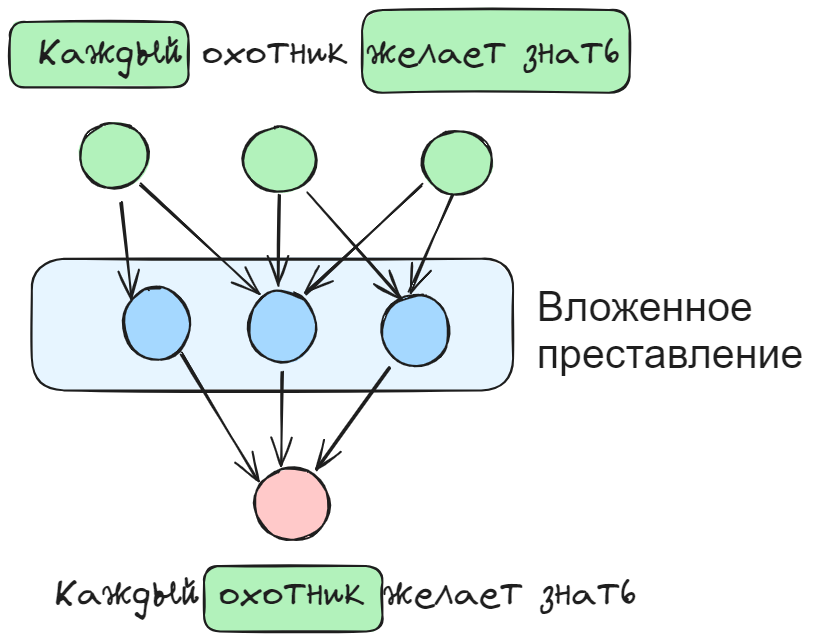
Above: diplom/assets/ml/nlp/word2vec.excalidraw.png in NMashalov/EducationGenerativeModelApplication (Excalidraw), before the change. Source tidied: one line per element, renumbered; positions are measured from the earlier drawing's top-left corner, leaving out a move shared by most shapes. Source of this version:
```json
{"id": 0, "type": "rectangle", "strokeColor": "#1e1e1e", "backgroundColor": "#e7f5ff", "fillStyle": "solid", "strokeWidth": 2, "roughness": 1, "round": true, "x": 22, "y": 249, "width": 481, "height": 132}
{"id": 1, "type": "ellipse", "strokeColor": "#1e1e1e", "backgroundColor": "#ffc9c9", "fillStyle": "solid", "strokeWidth": 2, "roughness": 1, "round": true, "x": 245, "y": 458, "width": 75, "height": 72}
{"id": 2, "type": "ellipse", "strokeColor": "#1e1e1e", "backgroundColor": "#b2f2bb", "fillStyle": "solid", "strokeWidth": 2, "roughness": 1, "round": true, "x": 69, "y": 113, "width": 69, "height": 65}
{"id": 3, "type": "ellipse", "strokeColor": "#1e1e1e", "backgroundColor": "#b2f2bb", "fillStyle": "solid", "strokeWidth": 2, "roughness": 1, "round": true, "x": 412, "y": 121, "width": 70, "height": 63}
{"id": 4, "type": "rectangle", "strokeColor": "#1e1e1e", "backgroundColor": "#b2f2bb", "fillStyle": "solid", "strokeWidth": 2, "roughness": 1, "round": true, "x": 0, "y": 12, "width": 178, "height": 65}
{"id": 5, "type": "rectangle", "strokeColor": "#1e1e1e", "backgroundColor": "#b2f2bb", "fillStyle": "solid", "strokeWidth": 2, "roughness": 1, "round": true, "x": 352, "y": 0, "width": 268, "height": 83}
{"id": 6, "type": "text", "text": "Каждый охотник желает знать ", "strokeColor": "#1e1e1e", "backgroundColor": "#ffc9c9", "fillStyle": "solid", "strokeWidth": 2, "roughness": 1, "fontSize": 37.57, "fontFamily": 1, "x": 27, "y": 20, "width": 603, "height": 47}
{"id": 7, "type": "ellipse", "strokeColor": "#1e1e1e", "backgroundColor": "#b2f2bb", "fillStyle": "solid", "strokeWidth": 2, "roughness": 1, "round": true, "x": 233, "y": 117, "width": 73, "height": 65}
{"id": 8, "type": "arrow", "strokeColor": "#1e1e1e", "backgroundColor": "#b2f2bb", "fillStyle": "solid", "strokeWidth": 2, "roughness": 1, "endArrowhead": "arrow", "round": true, "from": 2, "x": 112, "y": 193, "width": 10, "height": 96, "points": [[0, 0], [10, 96]]}
{"id": 9, "type": "ellipse", "strokeColor": "#1e1e1e", "backgroundColor": "#a5d8ff", "fillStyle": "solid", "strokeWidth": 2, "roughness": 1, "round": true, "x": 113, "y": 278, "width": 67, "height": 72}
{"id": 10, "type": "ellipse", "strokeColor": "#1e1e1e", "backgroundColor": "#a5d8ff", "fillStyle": "solid", "strokeWidth": 2, "roughness": 1, "round": true, "x": 239, "y": 281, "width": 67, "height": 72}
{"id": 11, "type": "ellipse", "strokeColor": "#1e1e1e", "backgroundColor": "#a5d8ff", "fillStyle": "solid", "strokeWidth": 2, "roughness": 1, "round": true, "x": 372, "y": 285, "width": 67, "height": 72}
{"id": 12, "type": "arrow", "strokeColor": "#1e1e1e", "backgroundColor": "#b2f2bb", "fillStyle": "solid", "strokeWidth": 2, "roughness": 1, "endArrowhead": "arrow", "round": true, "from": 7, "to": 10, "x": 269, "y": 184, "width": 2, "height": 91, "points": [[0, 0], [-2, 91]]}
{"id": 13, "type": "arrow", "strokeColor": "#1e1e1e", "backgroundColor": "#b2f2bb", "fillStyle": "solid", "strokeWidth": 2, "roughness": 1, "endArrowhead": "arrow", "round": true, "from": 3, "to": 11, "x": 442, "y": 185, "width": 43, "height": 97, "points": [[0, 0], [-43, 97]]}
{"id": 14, "type": "arrow", "strokeColor": "#1e1e1e", "backgroundColor": "#b2f2bb", "fillStyle": "solid", "strokeWidth": 2, "roughness": 1, "endArrowhead": "arrow", "round": true, "from": 7, "to": 11, "x": 298, "y": 183, "width": 92, "height": 103, "points": [[0, 0], [92, 103]]}
{"id": 15, "type": "arrow", "strokeColor": "#1e1e1e", "backgroundColor": "#b2f2bb", "fillStyle": "solid", "strokeWidth": 2, "roughness": 1, "endArrowhead": "arrow", "round": true, "from": 2, "to": 10, "x": 130, "y": 174, "width": 118, "height": 109, "points": [[0, 0], [118, 109]]}
{"id": 16, "type": "arrow", "strokeColor": "#1e1e1e", "backgroundColor": "#b2f2bb", "fillStyle": "solid", "strokeWidth": 2, "roughness": 1, "endArrowhead": "arrow", "round": true, "from": 9, "to": 1, "x": 171, "y": 343, "width": 76, "height": 127, "points": [[0, 0], [76, 127]]}
{"id": 17, "type": "arrow", "strokeColor": "#1e1e1e", "backgroundColor": "#b2f2bb", "fillStyle": "solid", "strokeWidth": 2, "roughness": 1, "endArrowhead": "arrow", "round": true, "from": 10, "to": 1, "x": 272, "y": 361, "width": 1, "height": 94, "points": [[0, 0], [-1, 94]]}
{"id": 18, "type": "rectangle", "strokeColor": "#1e1e1e", "backgroundColor": "#b2f2bb", "fillStyle": "solid", "strokeWidth": 2, "roughness": 1, "round": true, "x": 194, "y": 556, "width": 178, "height": 65}
{"id": 19, "type": "text", "text": "Каждый охотник желает знать ", "strokeColor": "#1e1e1e", "backgroundColor": "#ffc9c9", "fillStyle": "solid", "strokeWidth": 2, "roughness": 1, "fontSize": 37.57, "fontFamily": 1, "x": 44, "y": 561, "width": 603, "height": 47}
{"id": 20, "type": "arrow", "strokeColor": "#1e1e1e", "backgroundColor": "#b2f2bb", "fillStyle": "solid", "strokeWidth": 2, "roughness": 1, "endArrowhead": "arrow", "round": true, "from": 11, "to": 1, "x": 379, "y": 358, "width": 73, "height": 101, "points": [[0, 0], [-73, 101]]}
{"id": 21, "type": "arrow", "strokeColor": "#1e1e1e", "backgroundColor": "#b2f2bb", "fillStyle": "solid", "strokeWidth": 2, "roughness": 1, "endArrowhead": "arrow", "round": true, "from": 3, "to": 10, "x": 411, "y": 175, "width": 114, "height": 109, "points": [[0, 0], [-114, 109]]}
{"id": 22, "type": "text", "text": "Вложенное\nпреставление", "strokeColor": "#1e1e1e", "backgroundColor": "#a5d8ff", "fillStyle": "solid", "strokeWidth": 2, "roughness": 1, "fontSize": 41.22, "fontFamily": 2, "x": 527, "y": 273, "width": 267, "height": 95}
```
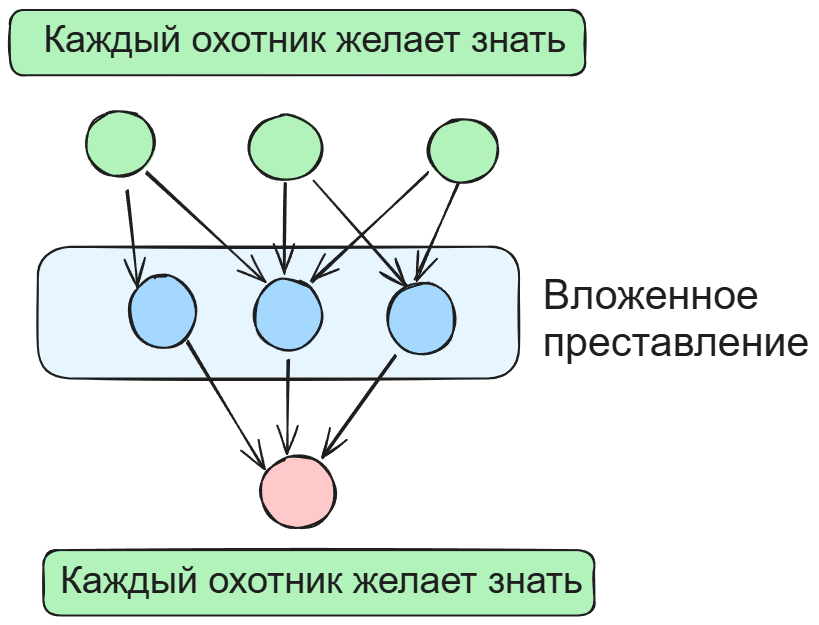
The same file after the commit.

What changed in the source:
```diff
@@ -2,9 +2,8 @@
 {"id": 1, "type": "ellipse", "strokeColor": "#1e1e1e", "backgroundColor": "#ffc9c9", "fillStyle": "solid", "strokeWidth": 2, "roughness": 1, "round": true, "x": 245, "y": 458, "width": 75, "height": 72}
 {"id": 2, "type": "ellipse", "strokeColor": "#1e1e1e", "backgroundColor": "#b2f2bb", "fillStyle": "solid", "strokeWidth": 2, "roughness": 1, "round": true, "x": 69, "y": 113, "width": 69, "height": 65}
 {"id": 3, "type": "ellipse", "strokeColor": "#1e1e1e", "backgroundColor": "#b2f2bb", "fillStyle": "solid", "strokeWidth": 2, "roughness": 1, "round": true, "x": 412, "y": 121, "width": 70, "height": 63}
-{"id": 4, "type": "rectangle", "strokeColor": "#1e1e1e", "backgroundColor": "#b2f2bb", "fillStyle": "solid", "strokeWidth": 2, "roughness": 1, "round": true, "x": 0, "y": 12, "width": 178, "height": 65}
+{"id": 4, "type": "rectangle", "strokeColor": "#1e1e1e", "backgroundColor": "#b2f2bb", "fillStyle": "solid", "strokeWidth": 2, "roughness": 1, "round": true, "x": -6, "y": 12, "width": 575, "height": 65}
-{"id": 5, "type": "rectangle", "strokeColor": "#1e1e1e", "backgroundColor": "#b2f2bb", "fillStyle": "solid", "strokeWidth": 2, "roughness": 1, "round": true, "x": 352, "y": 0, "width": 268, "height": 83}
-{"id": 6, "type": "text", "text": "Каждый охотник желает знать ", "strokeColor": "#1e1e1e", "backgroundColor": "#ffc9c9", "fillStyle": "solid", "strokeWidth": 2, "roughness": 1, "fontSize": 37.57, "fontFamily": 1, "x": 27, "y": 20, "width": 603, "height": 47}
+{"id": 6, "type": "text", "text": "Каждый охотник желает знать ", "strokeColor": "#1e1e1e", "backgroundColor": "#ffc9c9", "fillStyle": "solid", "strokeWidth": 2, "roughness": 1, "fontSize": 37.57, "fontFamily": 2, "x": 27, "y": 20, "width": 533, "height": 43}
 {"id": 7, "type": "ellipse", "strokeColor": "#1e1e1e", "backgroundColor": "#b2f2bb", "fillStyle": "solid", "strokeWidth": 2, "roughness": 1, "round": true, "x": 233, "y": 117, "width": 73, "height": 65}
 {"id": 8, "type": "arrow", "strokeColor": "#1e1e1e", "backgroundColor": "#b2f2bb", "fillStyle": "solid", "strokeWidth": 2, "roughness": 1, "endArrowhead": "arrow", "round": true, "from": 2, "x": 112, "y": 193, "width": 10, "height": 96, "points": [[0, 0], [10, 96]]}
 {"id": 9, "type": "ellipse", "strokeColor": "#1e1e1e", "backgroundColor": "#a5d8ff", "fillStyle": "solid", "strokeWidth": 2, "roughness": 1, "round": true, "x": 113, "y": 278, "width": 67, "height": 72}
@@ -16,8 +15,8 @@
 {"id": 15, "type": "arrow", "strokeColor": "#1e1e1e", "backgroundColor": "#b2f2bb", "fillStyle": "solid", "strokeWidth": 2, "roughness": 1, "endArrowhead": "arrow", "round": true, "from": 2, "to": 10, "x": 130, "y": 174, "width": 118, "height": 109, "points": [[0, 0], [118, 109]]}
 {"id": 16, "type": "arrow", "strokeColor": "#1e1e1e", "backgroundColor": "#b2f2bb", "fillStyle": "solid", "strokeWidth": 2, "roughness": 1, "endArrowhead": "arrow", "round": true, "from": 9, "to": 1, "x": 171, "y": 343, "width": 76, "height": 127, "points": [[0, 0], [76, 127]]}
 {"id": 17, "type": "arrow", "strokeColor": "#1e1e1e", "backgroundColor": "#b2f2bb", "fillStyle": "solid", "strokeWidth": 2, "roughness": 1, "endArrowhead": "arrow", "round": true, "from": 10, "to": 1, "x": 272, "y": 361, "width": 1, "height": 94, "points": [[0, 0], [-1, 94]]}
-{"id": 18, "type": "rectangle", "strokeColor": "#1e1e1e", "backgroundColor": "#b2f2bb", "fillStyle": "solid", "strokeWidth": 2, "roughness": 1, "round": true, "x": 194, "y": 556, "width": 178, "height": 65}
+{"id": 18, "type": "rectangle", "strokeColor": "#1e1e1e", "backgroundColor": "#b2f2bb", "fillStyle": "solid", "strokeWidth": 2, "roughness": 1, "round": true, "x": 27, "y": 552, "width": 551, "height": 65}
-{"id": 19, "type": "text", "text": "Каждый охотник желает знать ", "strokeColor": "#1e1e1e", "backgroundColor": "#ffc9c9", "fillStyle": "solid", "strokeWidth": 2, "roughness": 1, "fontSize": 37.57, "fontFamily": 1, "x": 44, "y": 561, "width": 603, "height": 47}
+{"id": 19, "type": "text", "text": "Каждый охотник желает знать ", "strokeColor": "#1e1e1e", "backgroundColor": "#ffc9c9", "fillStyle": "solid", "strokeWidth": 2, "roughness": 1, "fontSize": 37.57, "fontFamily": 2, "x": 44, "y": 561, "width": 533, "height": 43}
 {"id": 20, "type": "arrow", "strokeColor": "#1e1e1e", "backgroundColor": "#b2f2bb", "fillStyle": "solid", "strokeWidth": 2, "roughness": 1, "endArrowhead": "arrow", "round": true, "from": 11, "to": 1, "x": 379, "y": 358, "width": 73, "height": 101, "points": [[0, 0], [-73, 101]]}
 {"id": 21, "type": "arrow", "strokeColor": "#1e1e1e", "backgroundColor": "#b2f2bb", "fillStyle": "solid", "strokeWidth": 2, "roughness": 1, "endArrowhead": "arrow", "round": true, "from": 3, "to": 10, "x": 411, "y": 175, "width": 114, "height": 109, "points": [[0, 0], [-114, 109]]}
 {"id": 22, "type": "text", "text": "Вложенное\nпреставление", "strokeColor": "#1e1e1e", "backgroundColor": "#a5d8ff", "fillStyle": "solid", "strokeWidth": 2, "roughness": 1, "fontSize": 41.22, "fontFamily": 2, "x": 527, "y": 273, "width": 267, "height": 95}
```
